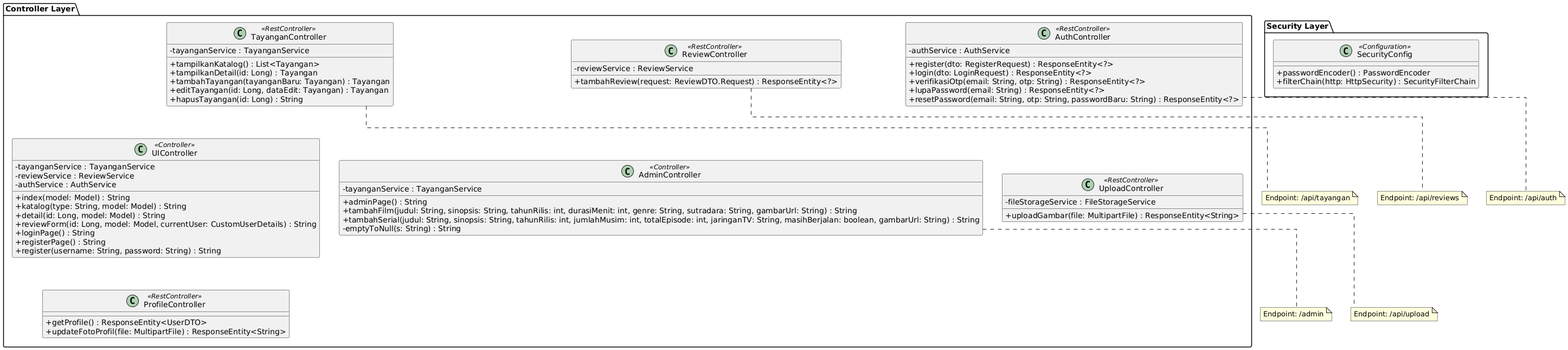
kemalzaki/AbsoluteCinema keeps this PlantUML diagram as docs/API Presentation.png. Above is the earlier version. Its diagram source:
```plantuml
@startuml
skinparam classAttributeIconSize 0
skinparam linetype ortho

package "Controller Layer" {
    class TayanganController <<RestController>> {
        -tayanganService : TayanganService
        +tampilkanKatalog() : List<Tayangan>
        +tampilkanDetail(id: Long) : Tayangan
        +tambahTayangan(tayanganBaru: Tayangan) : Tayangan
        +editTayangan(id: Long, dataEdit: Tayangan) : Tayangan
        +hapusTayangan(id: Long) : String
    }

    class ReviewController <<RestController>> {
        -reviewService : ReviewService
        +tambahReview(request: ReviewDTO.Request) : ResponseEntity<?>
    }

    class AuthController <<RestController>> {
        -authService : AuthService
        +register(dto: RegisterRequest) : ResponseEntity<?>
        +login(dto: LoginRequest) : ResponseEntity<?>
        +verifikasiOtp(email: String, otp: String) : ResponseEntity<?>
        +lupaPassword(email: String) : ResponseEntity<?>
        +resetPassword(email: String, otp: String, passwordBaru: String) : ResponseEntity<?>
    }

    class UIController <<Controller>> {
        -tayanganService : TayanganService
        -reviewService : ReviewService
        -authService : AuthService
        +index(model: Model) : String
        +katalog(type: String, model: Model) : String
        +detail(id: Long, model: Model) : String
        +reviewForm(id: Long, model: Model, currentUser: CustomUserDetails) : String
        +loginPage() : String
        +registerPage() : String
        +register(username: String, password: String) : String
    }

    class AdminController <<Controller>> {
        -tayanganService : TayanganService
        +adminPage() : String
        +tambahFilm(judul: String, sinopsis: String, tahunRilis: int, durasiMenit: int, genre: String, sutradara: String, gambarUrl: String) : String
        +tambahSerial(judul: String, sinopsis: String, tahunRilis: int, jumlahMusim: int, totalEpisode: int, jaringanTV: String, masihBerjalan: boolean, gambarUrl: String) : String
        -emptyToNull(s: String) : String
    }

    class UploadController <<RestController>> {
        -fileStorageService : FileStorageService
        +uploadGambar(file: MultipartFile) : ResponseEntity<String>
    }

    class ProfileController <<RestController>> {
        +getProfile() : ResponseEntity<UserDTO>
        +updateFotoProfil(file: MultipartFile) : ResponseEntity<String>
    }
}

package "Security Layer" {
    class SecurityConfig <<Configuration>> {
        +passwordEncoder() : PasswordEncoder
        +filterChain(http: HttpSecurity) : SecurityFilterChain
    }
}

note bottom of TayanganController: Endpoint: /api/tayangan
note bottom of ReviewController: Endpoint: /api/reviews
note bottom of AuthController: Endpoint: /api/auth
note bottom of UploadController: Endpoint: /api/upload
note bottom of AdminController: Endpoint: /admin

TayanganController -[hidden]down- UIController
ReviewController -[hidden]down- AdminController
AuthController -[hidden]down- UploadController
UIController -[hidden]down- ProfileController
@enduml
```
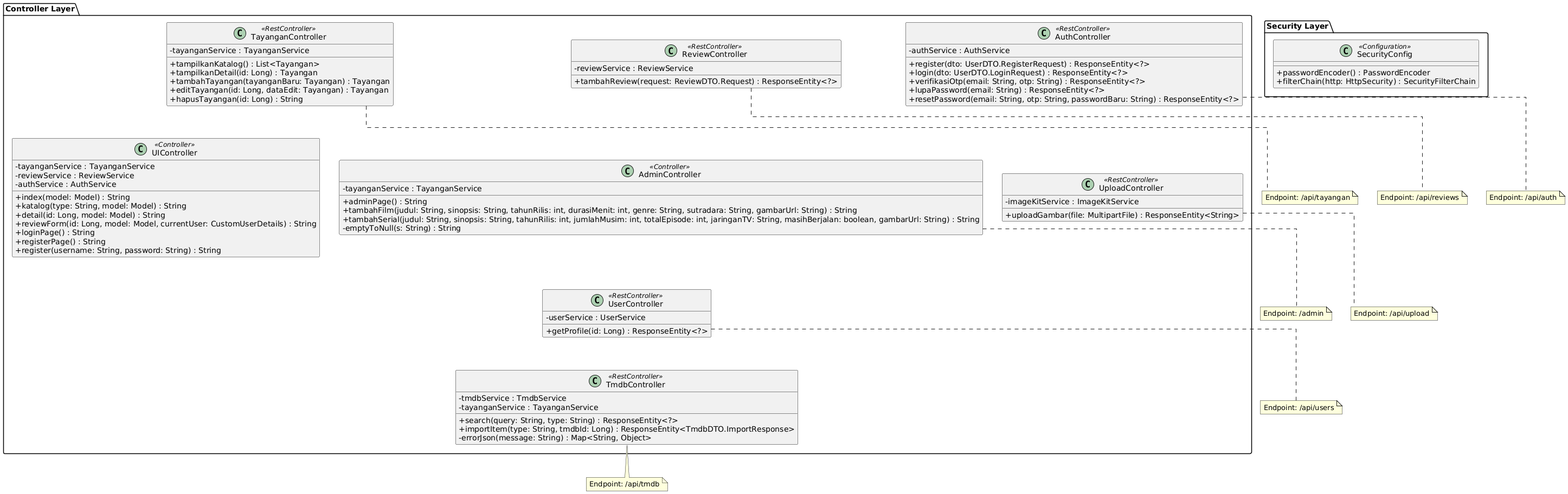
The same diagram one commit later.

Diff of the diagram source:
```diff
@@ -19,8 +19,8 @@
 
     class AuthController <<RestController>> {
         -authService : AuthService
-        +register(dto: RegisterRequest) : ResponseEntity<?>
-        +login(dto: LoginRequest) : ResponseEntity<?>
+        +register(dto: UserDTO.RegisterRequest) : ResponseEntity<?>
+        +login(dto: UserDTO.LoginRequest) : ResponseEntity<?>
         +verifikasiOtp(email: String, otp: String) : ResponseEntity<?>
         +lupaPassword(email: String) : ResponseEntity<?>
         +resetPassword(email: String, otp: String, passwordBaru: String) : ResponseEntity<?>
@@ -47,14 +47,22 @@
         -emptyToNull(s: String) : String
     }
 
+    class TmdbController <<RestController>> {
+        -tmdbService : TmdbService
+        -tayanganService : TayanganService
+        +search(query: String, type: String) : ResponseEntity<?>
+        +importItem(type: String, tmdbId: Long) : ResponseEntity<TmdbDTO.ImportResponse>
+        -errorJson(message: String) : Map<String, Object>
+    }
+
     class UploadController <<RestController>> {
-        -fileStorageService : FileStorageService
+        -imageKitService : ImageKitService
         +uploadGambar(file: MultipartFile) : ResponseEntity<String>
     }
 
-    class ProfileController <<RestController>> {
-        +getProfile() : ResponseEntity<UserDTO>
-        +updateFotoProfil(file: MultipartFile) : ResponseEntity<String>
+    class UserController <<RestController>> {
+        -userService : UserService
+        +getProfile(id: Long) : ResponseEntity<?>
     }
 }
 
@@ -69,10 +77,13 @@
 note bottom of ReviewController: Endpoint: /api/reviews
 note bottom of AuthController: Endpoint: /api/auth
 note bottom of UploadController: Endpoint: /api/upload
+note bottom of TmdbController: Endpoint: /api/tmdb
+note bottom of UserController: Endpoint: /api/users
 note bottom of AdminController: Endpoint: /admin
 
 TayanganController -[hidden]down- UIController
 ReviewController -[hidden]down- AdminController
 AuthController -[hidden]down- UploadController
-UIController -[hidden]down- ProfileController
+UIController -[hidden]down- UserController
+UserController -[hidden]down- TmdbController
 @enduml
```
